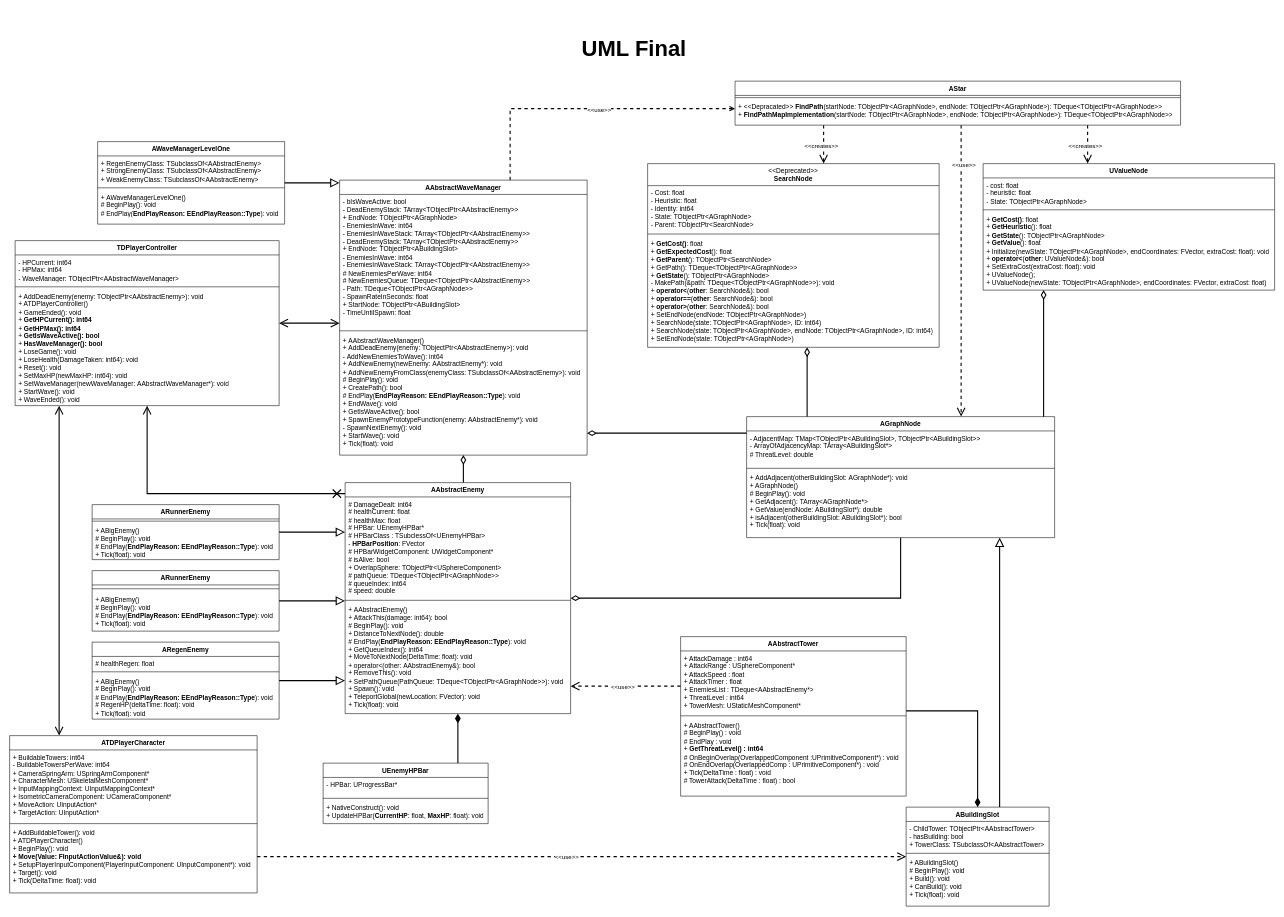
Before: UML.drawio in herrkrabbe/Programming3TD, a draw.io diagram. Source tidied: cells renumbered, new cells numbered last; positions are measured from the earlier drawing's top-left corner, leaving out a move shared by most shapes. Both pictures are drawn from the tidied source at 55%, with x=0, y=0 at pixel (9, 20).
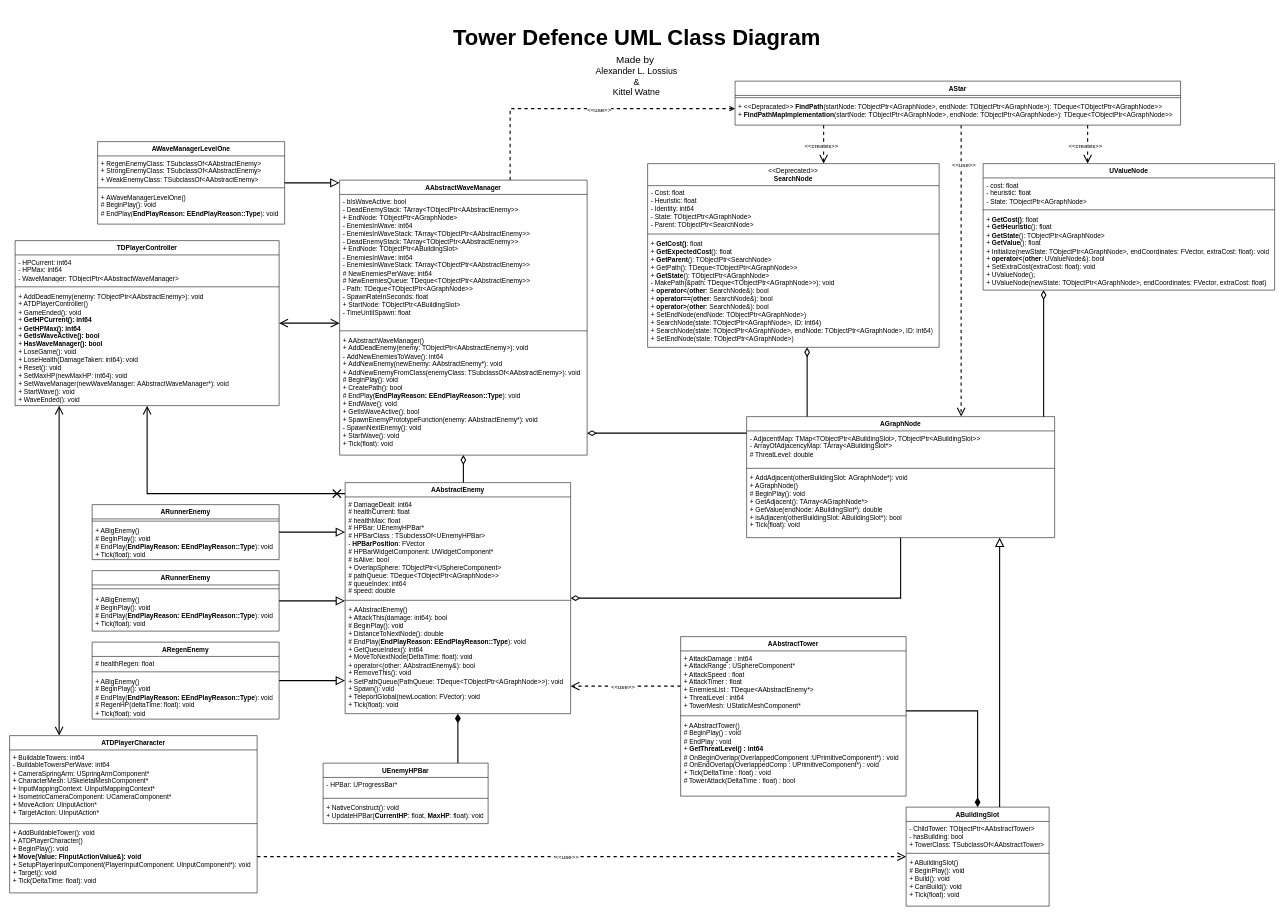
The same page after the edit.

Commit message:
UML: added credits

Diff of the diagram source:
```diff
@@
-    <mxCell id="86" value="&lt;font style=&quot;font-size: 40px;&quot;&gt;UML Final&lt;/font&gt;" style="text;strokeColor=none;fillColor=none;html=1;fontSize=24;fontStyle=1;verticalAlign=middle;align=center;" parent="1" vertex="1">
-      <mxGeometry x="990" width="290" height="100" as="geometry" />
+    <mxCell id="86" value="&lt;span style=&quot;font-size: 40px;&quot;&gt;Tower Defence UML Class Diagram&lt;/span&gt;" style="text;strokeColor=none;fillColor=none;html=1;fontSize=24;fontStyle=1;verticalAlign=middle;align=center;" parent="1" vertex="1">
+      <mxGeometry x="995" y="-20" width="290" height="100" as="geometry" />
     </mxCell>
+    <mxCell id="87" value="&lt;font style=&quot;font-size: 18px;&quot;&gt;Made by&amp;nbsp;&lt;/font&gt;&lt;div&gt;&lt;font size=&quot;3&quot;&gt;Alexander L. Lossius&lt;/font&gt;&lt;/div&gt;&lt;div&gt;&lt;font size=&quot;3&quot;&gt;&amp;amp;&lt;/font&gt;&lt;/div&gt;&lt;div&gt;&lt;font size=&quot;3&quot;&gt;Kittel Watne&lt;/font&gt;&lt;/div&gt;" style="text;html=1;align=center;verticalAlign=middle;whiteSpace=wrap;rounded=0;" parent="1" vertex="1">
+      <mxGeometry x="980" y="60" width="320" height="80" as="geometry" />
+    </mxCell>
```
